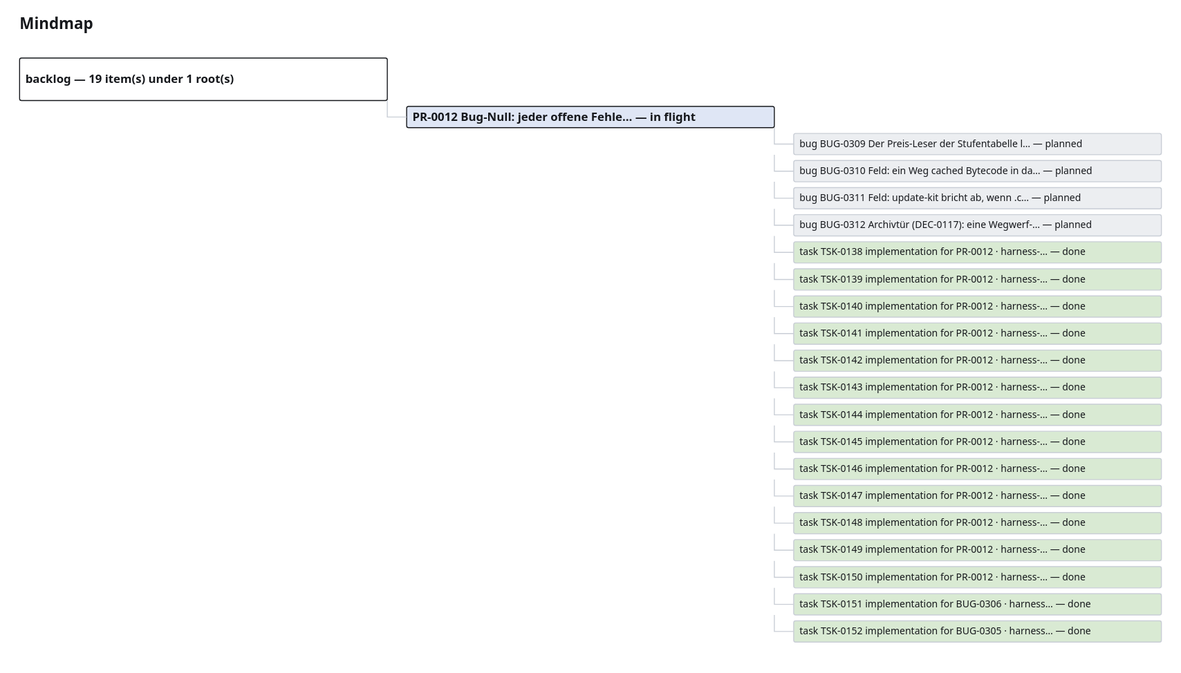
Before: project_memory/generated/mindmap.drawio.svg, a diagram exported from draw.io (GiaZenX/harness). Source tidied: cells renumbered, new cells last; positions are measured from the earlier drawing's top-left corner, leaving out a move shared by most shapes.
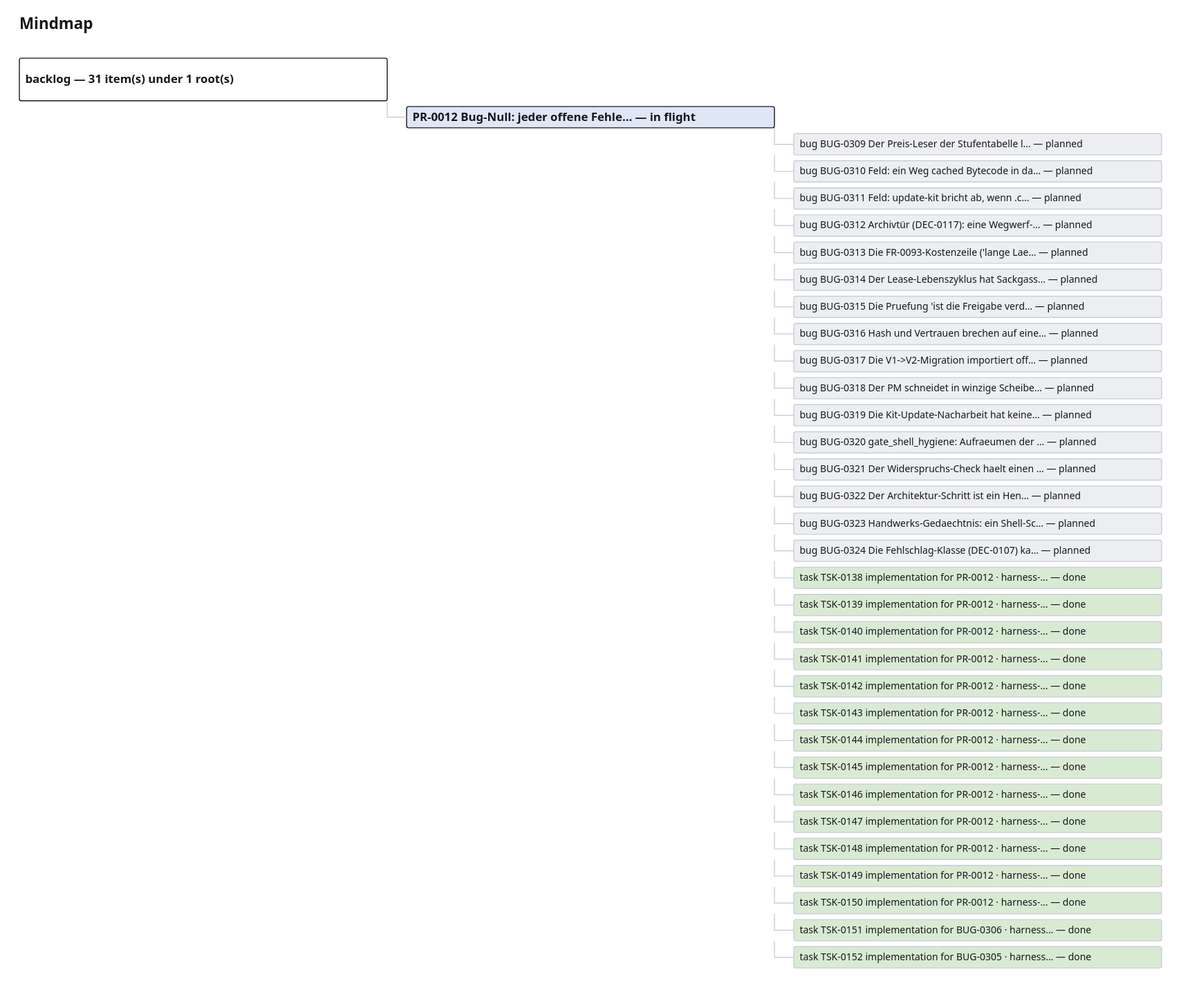
Later version of the same file.

Change to the diagram source:
```diff
@@ -5,7 +5,7 @@
     <mxCell id="2" value="Mindmap" style="text;html=1;fontSize=16;fontStyle=1;" parent="1" vertex="1">
       <mxGeometry width="300" height="20" as="geometry" />
     </mxCell>
-    <mxCell id="3" value="backlog — 19 item(s) under 1 root(s)" style="rounded=1;whiteSpace=wrap;html=1;fillColor=#ffffff;strokeColor=#16181c;fontSize=12;fontStyle=1;" parent="1" vertex="1">
+    <mxCell id="3" value="backlog — 31 item(s) under 1 root(s)" style="rounded=1;whiteSpace=wrap;html=1;fillColor=#ffffff;strokeColor=#16181c;fontSize=12;fontStyle=1;" parent="1" vertex="1">
       <mxGeometry y="44" width="380" height="44" as="geometry" />
     </mxCell>
     <mxCell id="4" value="PR-0012 Bug-Null: jeder offene Fehle… — in flight" style="rounded=1;whiteSpace=wrap;html=1;fillColor=#dfe6f5;strokeColor=#16181c;fontSize=12;fontStyle=1;" parent="1" vertex="1">
@@ -38,95 +38,167 @@
     <mxCell id="13" style="edgeStyle=orthogonalEdgeStyle;endArrow=none;strokeColor=#c9ced6;" parent="1" edge="1" source="4" target="12">
       <mxGeometry relative="1" as="geometry" />
     </mxCell>
-    <mxCell id="14" value="task TSK-0138 implementation for PR-0012 · harness-… — done" style="rounded=1;whiteSpace=wrap;html=1;fillColor=#d9ead3;strokeColor=#c9ced6;fontSize=10;" parent="1" vertex="1">
+    <mxCell id="14" value="bug BUG-0313 Die FR-0093-Kostenzeile ('lange Lae… — planned" style="rounded=1;whiteSpace=wrap;html=1;fillColor=#eceef1;strokeColor=#c9ced6;fontSize=10;" parent="1" vertex="1">
       <mxGeometry x="800" y="234" width="380" height="22" as="geometry" />
     </mxCell>
     <mxCell id="15" style="edgeStyle=orthogonalEdgeStyle;endArrow=none;strokeColor=#c9ced6;" parent="1" edge="1" source="4" target="14">
       <mxGeometry relative="1" as="geometry" />
     </mxCell>
-    <mxCell id="16" value="task TSK-0139 implementation for PR-0012 · harness-… — done" style="rounded=1;whiteSpace=wrap;html=1;fillColor=#d9ead3;strokeColor=#c9ced6;fontSize=10;" parent="1" vertex="1">
+    <mxCell id="16" value="bug BUG-0314 Der Lease-Lebenszyklus hat Sackgass… — planned" style="rounded=1;whiteSpace=wrap;html=1;fillColor=#eceef1;strokeColor=#c9ced6;fontSize=10;" parent="1" vertex="1">
       <mxGeometry x="800" y="262" width="380" height="22" as="geometry" />
     </mxCell>
     <mxCell id="17" style="edgeStyle=orthogonalEdgeStyle;endArrow=none;strokeColor=#c9ced6;" parent="1" edge="1" source="4" target="16">
       <mxGeometry relative="1" as="geometry" />
     </mxCell>
-    <mxCell id="18" value="task TSK-0140 implementation for PR-0012 · harness-… — done" style="rounded=1;whiteSpace=wrap;html=1;fillColor=#d9ead3;strokeColor=#c9ced6;fontSize=10;" parent="1" vertex="1">
+    <mxCell id="18" value="bug BUG-0315 Die Pruefung 'ist die Freigabe verd… — planned" style="rounded=1;whiteSpace=wrap;html=1;fillColor=#eceef1;strokeColor=#c9ced6;fontSize=10;" parent="1" vertex="1">
       <mxGeometry x="800" y="290" width="380" height="22" as="geometry" />
     </mxCell>
     <mxCell id="19" style="edgeStyle=orthogonalEdgeStyle;endArrow=none;strokeColor=#c9ced6;" parent="1" edge="1" source="4" target="18">
       <mxGeometry relative="1" as="geometry" />
     </mxCell>
-    <mxCell id="20" value="task TSK-0141 implementation for PR-0012 · harness-… — done" style="rounded=1;whiteSpace=wrap;html=1;fillColor=#d9ead3;strokeColor=#c9ced6;fontSize=10;" parent="1" vertex="1">
+    <mxCell id="20" value="bug BUG-0316 Hash und Vertrauen brechen auf eine… — planned" style="rounded=1;whiteSpace=wrap;html=1;fillColor=#eceef1;strokeColor=#c9ced6;fontSize=10;" parent="1" vertex="1">
       <mxGeometry x="800" y="318" width="380" height="22" as="geometry" />
     </mxCell>
     <mxCell id="21" style="edgeStyle=orthogonalEdgeStyle;endArrow=none;strokeColor=#c9ced6;" parent="1" edge="1" source="4" target="20">
       <mxGeometry relative="1" as="geometry" />
     </mxCell>
-    <mxCell id="22" value="task TSK-0142 implementation for PR-0012 · harness-… — done" style="rounded=1;whiteSpace=wrap;html=1;fillColor=#d9ead3;strokeColor=#c9ced6;fontSize=10;" parent="1" vertex="1">
+    <mxCell id="22" value="bug BUG-0317 Die V1-&gt;V2-Migration importiert off… — planned" style="rounded=1;whiteSpace=wrap;html=1;fillColor=#eceef1;strokeColor=#c9ced6;fontSize=10;" parent="1" vertex="1">
       <mxGeometry x="800" y="346" width="380" height="22" as="geometry" />
     </mxCell>
     <mxCell id="23" style="edgeStyle=orthogonalEdgeStyle;endArrow=none;strokeColor=#c9ced6;" parent="1" edge="1" source="4" target="22">
       <mxGeometry relative="1" as="geometry" />
     </mxCell>
-    <mxCell id="24" value="task TSK-0143 implementation for PR-0012 · harness-… — done" style="rounded=1;whiteSpace=wrap;html=1;fillColor=#d9ead3;strokeColor=#c9ced6;fontSize=10;" parent="1" vertex="1">
+    <mxCell id="24" value="bug BUG-0318 Der PM schneidet in winzige Scheibe… — planned" style="rounded=1;whiteSpace=wrap;html=1;fillColor=#eceef1;strokeColor=#c9ced6;fontSize=10;" parent="1" vertex="1">
       <mxGeometry x="800" y="374" width="380" height="22" as="geometry" />
     </mxCell>
     <mxCell id="25" style="edgeStyle=orthogonalEdgeStyle;endArrow=none;strokeColor=#c9ced6;" parent="1" edge="1" source="4" target="24">
       <mxGeometry relative="1" as="geometry" />
     </mxCell>
-    <mxCell id="26" value="task TSK-0144 implementation for PR-0012 · harness-… — done" style="rounded=1;whiteSpace=wrap;html=1;fillColor=#d9ead3;strokeColor=#c9ced6;fontSize=10;" parent="1" vertex="1">
+    <mxCell id="26" value="bug BUG-0319 Die Kit-Update-Nacharbeit hat keine… — planned" style="rounded=1;whiteSpace=wrap;html=1;fillColor=#eceef1;strokeColor=#c9ced6;fontSize=10;" parent="1" vertex="1">
       <mxGeometry x="800" y="402" width="380" height="22" as="geometry" />
     </mxCell>
     <mxCell id="27" style="edgeStyle=orthogonalEdgeStyle;endArrow=none;strokeColor=#c9ced6;" parent="1" edge="1" source="4" target="26">
       <mxGeometry relative="1" as="geometry" />
     </mxCell>
-    <mxCell id="28" value="task TSK-0145 implementation for PR-0012 · harness-… — done" style="rounded=1;whiteSpace=wrap;html=1;fillColor=#d9ead3;strokeColor=#c9ced6;fontSize=10;" parent="1" vertex="1">
+    <mxCell id="28" value="bug BUG-0320 gate_shell_hygiene: Aufraeumen der … — planned" style="rounded=1;whiteSpace=wrap;html=1;fillColor=#eceef1;strokeColor=#c9ced6;fontSize=10;" parent="1" vertex="1">
       <mxGeometry x="800" y="430" width="380" height="22" as="geometry" />
     </mxCell>
     <mxCell id="29" style="edgeStyle=orthogonalEdgeStyle;endArrow=none;strokeColor=#c9ced6;" parent="1" edge="1" source="4" target="28">
       <mxGeometry relative="1" as="geometry" />
     </mxCell>
-    <mxCell id="30" value="task TSK-0146 implementation for PR-0012 · harness-… — done" style="rounded=1;whiteSpace=wrap;html=1;fillColor=#d9ead3;strokeColor=#c9ced6;fontSize=10;" parent="1" vertex="1">
+    <mxCell id="30" value="bug BUG-0321 Der Widerspruchs-Check haelt einen … — planned" style="rounded=1;whiteSpace=wrap;html=1;fillColor=#eceef1;strokeColor=#c9ced6;fontSize=10;" parent="1" vertex="1">
       <mxGeometry x="800" y="458" width="380" height="22" as="geometry" />
     </mxCell>
     <mxCell id="31" style="edgeStyle=orthogonalEdgeStyle;endArrow=none;strokeColor=#c9ced6;" parent="1" edge="1" source="4" target="30">
       <mxGeometry relative="1" as="geometry" />
     </mxCell>
-    <mxCell id="32" value="task TSK-0147 implementation for PR-0012 · harness-… — done" style="rounded=1;whiteSpace=wrap;html=1;fillColor=#d9ead3;strokeColor=#c9ced6;fontSize=10;" parent="1" vertex="1">
+    <mxCell id="32" value="bug BUG-0322 Der Architektur-Schritt ist ein Hen… — planned" style="rounded=1;whiteSpace=wrap;html=1;fillColor=#eceef1;strokeColor=#c9ced6;fontSize=10;" parent="1" vertex="1">
       <mxGeometry x="800" y="486" width="380" height="22" as="geometry" />
     </mxCell>
     <mxCell id="33" style="edgeStyle=orthogonalEdgeStyle;endArrow=none;strokeColor=#c9ced6;" parent="1" edge="1" source="4" target="32">
       <mxGeometry relative="1" as="geometry" />
     </mxCell>
-    <mxCell id="34" value="task TSK-0148 implementation for PR-0012 · harness-… — done" style="rounded=1;whiteSpace=wrap;html=1;fillColor=#d9ead3;strokeColor=#c9ced6;fontSize=10;" parent="1" vertex="1">
+    <mxCell id="34" value="bug BUG-0323 Handwerks-Gedaechtnis: ein Shell-Sc… — planned" style="rounded=1;whiteSpace=wrap;html=1;fillColor=#eceef1;strokeColor=#c9ced6;fontSize=10;" parent="1" vertex="1">
       <mxGeometry x="800" y="514" width="380" height="22" as="geometry" />
     </mxCell>
     <mxCell id="35" style="edgeStyle=orthogonalEdgeStyle;endArrow=none;strokeColor=#c9ced6;" parent="1" edge="1" source="4" target="34">
       <mxGeometry relative="1" as="geometry" />
     </mxCell>
-    <mxCell id="36" value="task TSK-0149 implementation for PR-0012 · harness-… — done" style="rounded=1;whiteSpace=wrap;html=1;fillColor=#d9ead3;strokeColor=#c9ced6;fontSize=10;" parent="1" vertex="1">
+    <mxCell id="36" value="bug BUG-0324 Die Fehlschlag-Klasse (DEC-0107) ka… — planned" style="rounded=1;whiteSpace=wrap;html=1;fillColor=#eceef1;strokeColor=#c9ced6;fontSize=10;" parent="1" vertex="1">
       <mxGeometry x="800" y="542" width="380" height="22" as="geometry" />
     </mxCell>
     <mxCell id="37" style="edgeStyle=orthogonalEdgeStyle;endArrow=none;strokeColor=#c9ced6;" parent="1" edge="1" source="4" target="36">
       <mxGeometry relative="1" as="geometry" />
     </mxCell>
-    <mxCell id="38" value="task TSK-0150 implementation for PR-0012 · harness-… — done" style="rounded=1;whiteSpace=wrap;html=1;fillColor=#d9ead3;strokeColor=#c9ced6;fontSize=10;" parent="1" vertex="1">
+    <mxCell id="38" value="task TSK-0138 implementation for PR-0012 · harness-… — done" style="rounded=1;whiteSpace=wrap;html=1;fillColor=#d9ead3;strokeColor=#c9ced6;fontSize=10;" parent="1" vertex="1">
       <mxGeometry x="800" y="570" width="380" height="22" as="geometry" />
     </mxCell>
     <mxCell id="39" style="edgeStyle=orthogonalEdgeStyle;endArrow=none;strokeColor=#c9ced6;" parent="1" edge="1" source="4" target="38">
       <mxGeometry relative="1" as="geometry" />
     </mxCell>
-    <mxCell id="40" value="task TSK-0151 implementation for BUG-0306 · harness… — done" style="rounded=1;whiteSpace=wrap;html=1;fillColor=#d9ead3;strokeColor=#c9ced6;fontSize=10;" parent="1" vertex="1">
+    <mxCell id="40" value="task TSK-0139 implementation for PR-0012 · harness-… — done" style="rounded=1;whiteSpace=wrap;html=1;fillColor=#d9ead3;strokeColor=#c9ced6;fontSize=10;" parent="1" vertex="1">
       <mxGeometry x="800" y="598" width="380" height="22" as="geometry" />
     </mxCell>
     <mxCell id="41" style="edgeStyle=orthogonalEdgeStyle;endArrow=none;strokeColor=#c9ced6;" parent="1" edge="1" source="4" target="40">
       <mxGeometry relative="1" as="geometry" />
     </mxCell>
-    <mxCell id="42" value="task TSK-0152 implementation for BUG-0305 · harness… — done" style="rounded=1;whiteSpace=wrap;html=1;fillColor=#d9ead3;strokeColor=#c9ced6;fontSize=10;" parent="1" vertex="1">
+    <mxCell id="42" value="task TSK-0140 implementation for PR-0012 · harness-… — done" style="rounded=1;whiteSpace=wrap;html=1;fillColor=#d9ead3;strokeColor=#c9ced6;fontSize=10;" parent="1" vertex="1">
       <mxGeometry x="800" y="626" width="380" height="22" as="geometry" />
     </mxCell>
     <mxCell id="43" style="edgeStyle=orthogonalEdgeStyle;endArrow=none;strokeColor=#c9ced6;" parent="1" edge="1" source="4" target="42">
       <mxGeometry relative="1" as="geometry" />
     </mxCell>
+    <mxCell id="44" value="task TSK-0141 implementation for PR-0012 · harness-… — done" style="rounded=1;whiteSpace=wrap;html=1;fillColor=#d9ead3;strokeColor=#c9ced6;fontSize=10;" parent="1" vertex="1">
+      <mxGeometry x="800" y="654" width="380" height="22" as="geometry" />
+    </mxCell>
+    <mxCell id="45" style="edgeStyle=orthogonalEdgeStyle;endArrow=none;strokeColor=#c9ced6;" parent="1" edge="1" source="4" target="44">
+      <mxGeometry relative="1" as="geometry" />
+    </mxCell>
+    <mxCell id="46" value="task TSK-0142 implementation for PR-0012 · harness-… — done" style="rounded=1;whiteSpace=wrap;html=1;fillColor=#d9ead3;strokeColor=#c9ced6;fontSize=10;" parent="1" vertex="1">
+      <mxGeometry x="800" y="682" width="380" height="22" as="geometry" />
+    </mxCell>
+    <mxCell id="47" style="edgeStyle=orthogonalEdgeStyle;endArrow=none;strokeColor=#c9ced6;" parent="1" edge="1" source="4" target="46">
+      <mxGeometry relative="1" as="geometry" />
+    </mxCell>
+    <mxCell id="48" value="task TSK-0143 implementation for PR-0012 · harness-… — done" style="rounded=1;whiteSpace=wrap;html=1;fillColor=#d9ead3;strokeColor=#c9ced6;fontSize=10;" parent="1" vertex="1">
+      <mxGeometry x="800" y="710" width="380" height="22" as="geometry" />
+    </mxCell>
+    <mxCell id="49" style="edgeStyle=orthogonalEdgeStyle;endArrow=none;strokeColor=#c9ced6;" parent="1" edge="1" source="4" target="48">
+      <mxGeometry relative="1" as="geometry" />
+    </mxCell>
+    <mxCell id="50" value="task TSK-0144 implementation for PR-0012 · harness-… — done" style="rounded=1;whiteSpace=wrap;html=1;fillColor=#d9ead3;strokeColor=#c9ced6;fontSize=10;" parent="1" vertex="1">
+      <mxGeometry x="800" y="738" width="380" height="22" as="geometry" />
+    </mxCell>
+    <mxCell id="51" style="edgeStyle=orthogonalEdgeStyle;endArrow=none;strokeColor=#c9ced6;" parent="1" edge="1" source="4" target="50">
+      <mxGeometry relative="1" as="geometry" />
+    </mxCell>
+    <mxCell id="52" value="task TSK-0145 implementation for PR-0012 · harness-… — done" style="rounded=1;whiteSpace=wrap;html=1;fillColor=#d9ead3;strokeColor=#c9ced6;fontSize=10;" parent="1" vertex="1">
+      <mxGeometry x="800" y="766" width="380" height="22" as="geometry" />
+    </mxCell>
+    <mxCell id="53" style="edgeStyle=orthogonalEdgeStyle;endArrow=none;strokeColor=#c9ced6;" parent="1" edge="1" source="4" target="52">
+      <mxGeometry relative="1" as="geometry" />
+    </mxCell>
+    <mxCell id="54" value="task TSK-0146 implementation for PR-0012 · harness-… — done" style="rounded=1;whiteSpace=wrap;html=1;fillColor=#d9ead3;strokeColor=#c9ced6;fontSize=10;" parent="1" vertex="1">
+      <mxGeometry x="800" y="794" width="380" height="22" as="geometry" />
+    </mxCell>
+    <mxCell id="55" style="edgeStyle=orthogonalEdgeStyle;endArrow=none;strokeColor=#c9ced6;" parent="1" edge="1" source="4" target="54">
+      <mxGeometry relative="1" as="geometry" />
+    </mxCell>
+    <mxCell id="56" value="task TSK-0147 implementation for PR-0012 · harness-… — done" style="rounded=1;whiteSpace=wrap;html=1;fillColor=#d9ead3;strokeColor=#c9ced6;fontSize=10;" parent="1" vertex="1">
+      <mxGeometry x="800" y="822" width="380" height="22" as="geometry" />
+    </mxCell>
+    <mxCell id="57" style="edgeStyle=orthogonalEdgeStyle;endArrow=none;strokeColor=#c9ced6;" parent="1" edge="1" source="4" target="56">
+      <mxGeometry relative="1" as="geometry" />
+    </mxCell>
+    <mxCell id="58" value="task TSK-0148 implementation for PR-0012 · harness-… — done" style="rounded=1;whiteSpace=wrap;html=1;fillColor=#d9ead3;strokeColor=#c9ced6;fontSize=10;" parent="1" vertex="1">
+      <mxGeometry x="800" y="850" width="380" height="22" as="geometry" />
+    </mxCell>
+    <mxCell id="59" style="edgeStyle=orthogonalEdgeStyle;endArrow=none;strokeColor=#c9ced6;" parent="1" edge="1" source="4" target="58">
+      <mxGeometry relative="1" as="geometry" />
+    </mxCell>
+    <mxCell id="60" value="task TSK-0149 implementation for PR-0012 · harness-… — done" style="rounded=1;whiteSpace=wrap;html=1;fillColor=#d9ead3;strokeColor=#c9ced6;fontSize=10;" parent="1" vertex="1">
+      <mxGeometry x="800" y="878" width="380" height="22" as="geometry" />
+    </mxCell>
+    <mxCell id="61" style="edgeStyle=orthogonalEdgeStyle;endArrow=none;strokeColor=#c9ced6;" parent="1" edge="1" source="4" target="60">
+      <mxGeometry relative="1" as="geometry" />
+    </mxCell>
+    <mxCell id="62" value="task TSK-0150 implementation for PR-0012 · harness-… — done" style="rounded=1;whiteSpace=wrap;html=1;fillColor=#d9ead3;strokeColor=#c9ced6;fontSize=10;" parent="1" vertex="1">
+      <mxGeometry x="800" y="906" width="380" height="22" as="geometry" />
+    </mxCell>
+    <mxCell id="63" style="edgeStyle=orthogonalEdgeStyle;endArrow=none;strokeColor=#c9ced6;" parent="1" edge="1" source="4" target="62">
+      <mxGeometry relative="1" as="geometry" />
+    </mxCell>
+    <mxCell id="64" value="task TSK-0151 implementation for BUG-0306 · harness… — done" style="rounded=1;whiteSpace=wrap;html=1;fillColor=#d9ead3;strokeColor=#c9ced6;fontSize=10;" parent="1" vertex="1">
+      <mxGeometry x="800" y="934" width="380" height="22" as="geometry" />
+    </mxCell>
+    <mxCell id="65" style="edgeStyle=orthogonalEdgeStyle;endArrow=none;strokeColor=#c9ced6;" parent="1" edge="1" source="4" target="64">
+      <mxGeometry relative="1" as="geometry" />
+    </mxCell>
+    <mxCell id="66" value="task TSK-0152 implementation for BUG-0305 · harness… — done" style="rounded=1;whiteSpace=wrap;html=1;fillColor=#d9ead3;strokeColor=#c9ced6;fontSize=10;" parent="1" vertex="1">
+      <mxGeometry x="800" y="962" width="380" height="22" as="geometry" />
+    </mxCell>
+    <mxCell id="67" style="edgeStyle=orthogonalEdgeStyle;endArrow=none;strokeColor=#c9ced6;" parent="1" edge="1" source="4" target="66">
+      <mxGeometry relative="1" as="geometry" />
+    </mxCell>
   </root>
 </mxGraphModel>
```
